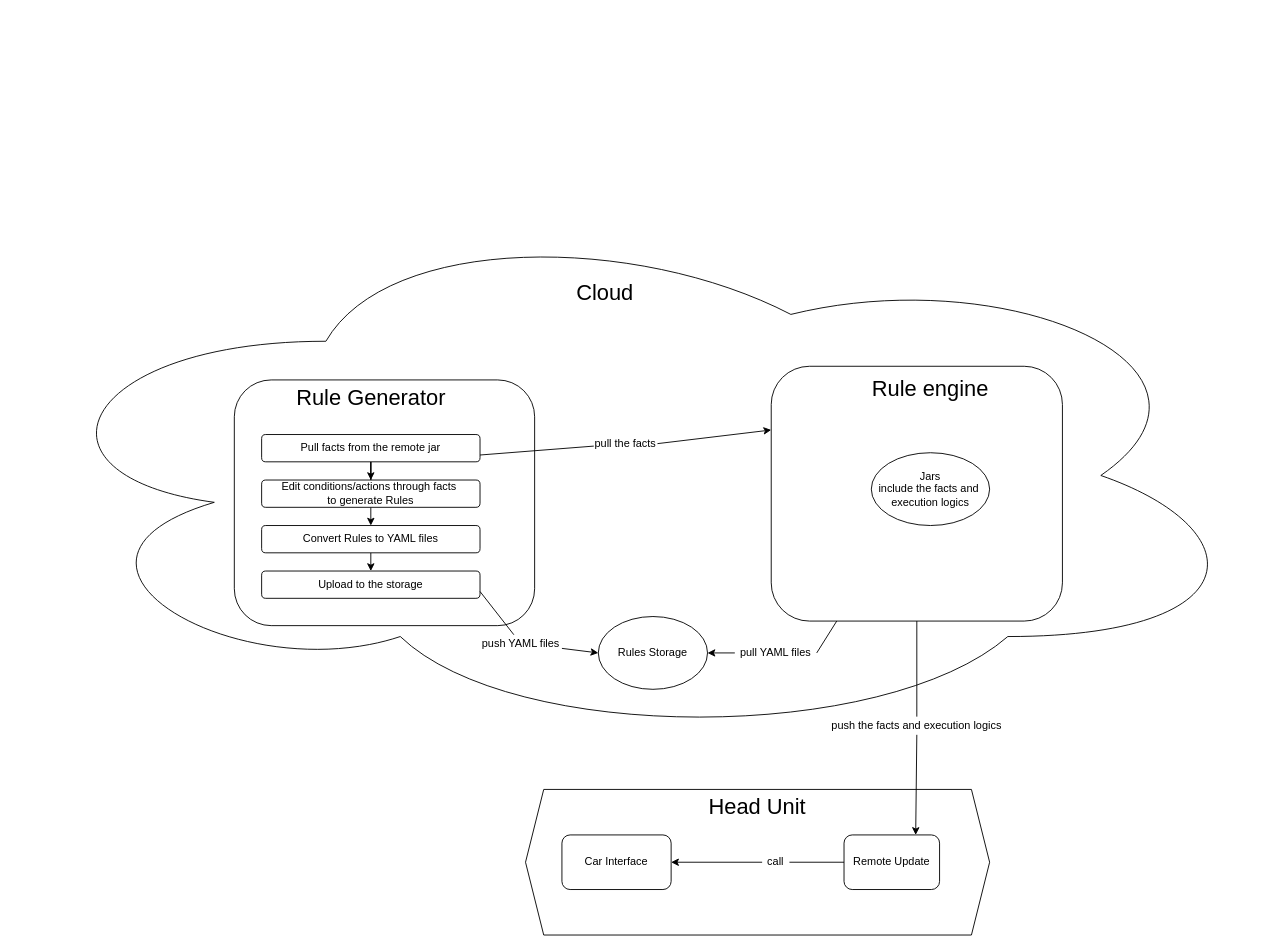
Earlier version of the draw.io diagram Untitled Diagram.drawio (oncean/Draw.io). Source tidied: cells renumbered, new cells numbered last; positions are measured from the earlier drawing's top-left corner, leaving out a move shared by most shapes. Both pictures are drawn from the tidied source at 91%, with x=0, y=0 at pixel (15, 207).
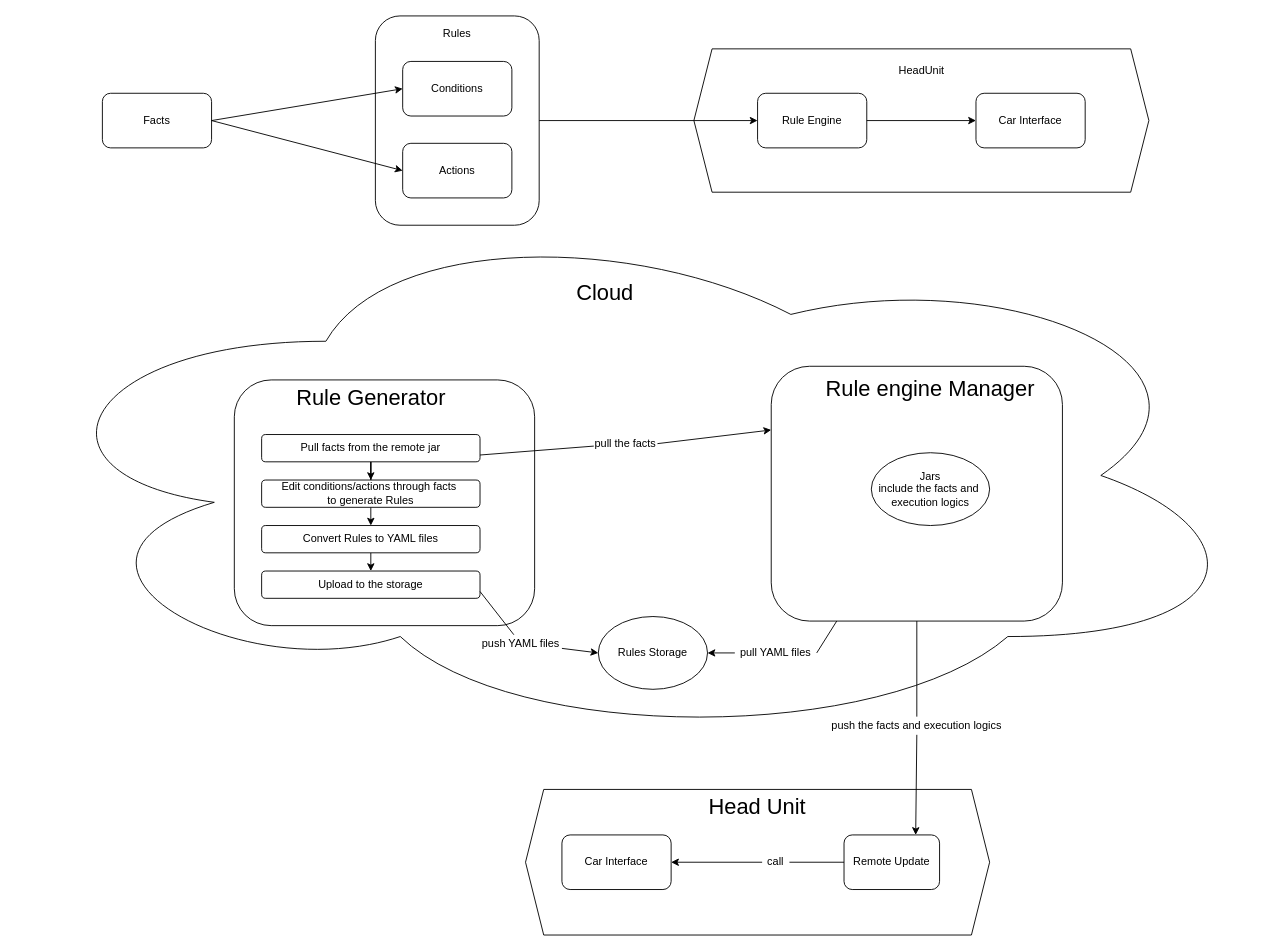
Above is the later version.

Change to the diagram source:
```diff
@@
-    <mxCell id="21" value="Rule engine" style="text;html=1;strokeColor=none;fillColor=none;align=center;verticalAlign=middle;whiteSpace=wrap;rounded=0;fontSize=24;" parent="1" vertex="1">
+    <mxCell id="21" value="Rule engine Manager" style="text;html=1;strokeColor=none;fillColor=none;align=center;verticalAlign=middle;whiteSpace=wrap;rounded=0;fontSize=24;" parent="1" vertex="1">
       <mxGeometry x="880" y="190" width="250" height="20" as="geometry" />
     </mxCell>
@@
+    <mxCell id="36" value="Facts" style="rounded=1;whiteSpace=wrap;html=1;" parent="1" vertex="1">
+      <mxGeometry x="95" y="-125" width="120" height="60" as="geometry" />
+    </mxCell>
+    <mxCell id="37" style="rounded=1;whiteSpace=wrap;html=1;" parent="1" vertex="1">
+      <mxGeometry x="395" y="-210" width="180" height="230" as="geometry" />
+    </mxCell>
+    <mxCell id="38" value="Conditions" style="rounded=1;whiteSpace=wrap;html=1;" parent="1" vertex="1">
+      <mxGeometry x="425" y="-160" width="120" height="60" as="geometry" />
+    </mxCell>
+    <mxCell id="39" value="Actions" style="rounded=1;whiteSpace=wrap;html=1;" parent="1" vertex="1">
+      <mxGeometry x="425" y="-70" width="120" height="60" as="geometry" />
+    </mxCell>
+    <mxCell id="40" value="Rules" style="text;html=1;strokeColor=none;fillColor=none;align=center;verticalAlign=middle;whiteSpace=wrap;rounded=0;" parent="1" vertex="1">
+      <mxGeometry x="465" y="-200" width="40" height="20" as="geometry" />
+    </mxCell>
+    <mxCell id="41" style="endArrow=classic;html=1;exitX=1;exitY=0.5;exitDx=0;exitDy=0;entryX=0;entryY=0.5;entryDx=0;entryDy=0;" parent="1" edge="1" source="36" target="38">
+      <mxGeometry relative="1" as="geometry" />
+    </mxCell>
+    <mxCell id="42" style="endArrow=classic;html=1;exitX=1;exitY=0.5;exitDx=0;exitDy=0;entryX=0;entryY=0.5;entryDx=0;entryDy=0;" parent="1" edge="1" source="36" target="39">
+      <mxGeometry relative="1" as="geometry" />
+    </mxCell>
+    <mxCell id="43" style="shape=hexagon;perimeter=hexagonPerimeter2;whiteSpace=wrap;html=1;fixedSize=1;" parent="1" vertex="1">
+      <mxGeometry x="745" y="-173.8" width="500" height="157.5" as="geometry" />
+    </mxCell>
+    <mxCell id="44" value="HeadUnit" style="text;html=1;strokeColor=none;fillColor=none;align=center;verticalAlign=middle;whiteSpace=wrap;rounded=0;" parent="1" vertex="1">
+      <mxGeometry x="951.5" y="-160" width="87" height="20" as="geometry" />
+    </mxCell>
+    <mxCell id="45" value="Rule Engine" style="rounded=1;whiteSpace=wrap;html=1;" parent="1" vertex="1">
+      <mxGeometry x="815" y="-125" width="120" height="60" as="geometry" />
+    </mxCell>
+    <mxCell id="46" value="Car Interface" style="rounded=1;whiteSpace=wrap;html=1;" parent="1" vertex="1">
+      <mxGeometry x="1055" y="-125" width="120" height="60" as="geometry" />
+    </mxCell>
+    <mxCell id="47" style="endArrow=classic;html=1;exitX=1;exitY=0.5;exitDx=0;exitDy=0;entryX=0;entryY=0.5;entryDx=0;entryDy=0;" parent="1" edge="1" source="37" target="45">
+      <mxGeometry relative="1" as="geometry" />
+    </mxCell>
+    <mxCell id="48" style="endArrow=classic;html=1;exitX=1;exitY=0.5;exitDx=0;exitDy=0;" parent="1" edge="1" source="45" target="46">
+      <mxGeometry relative="1" as="geometry" />
+    </mxCell>
```
